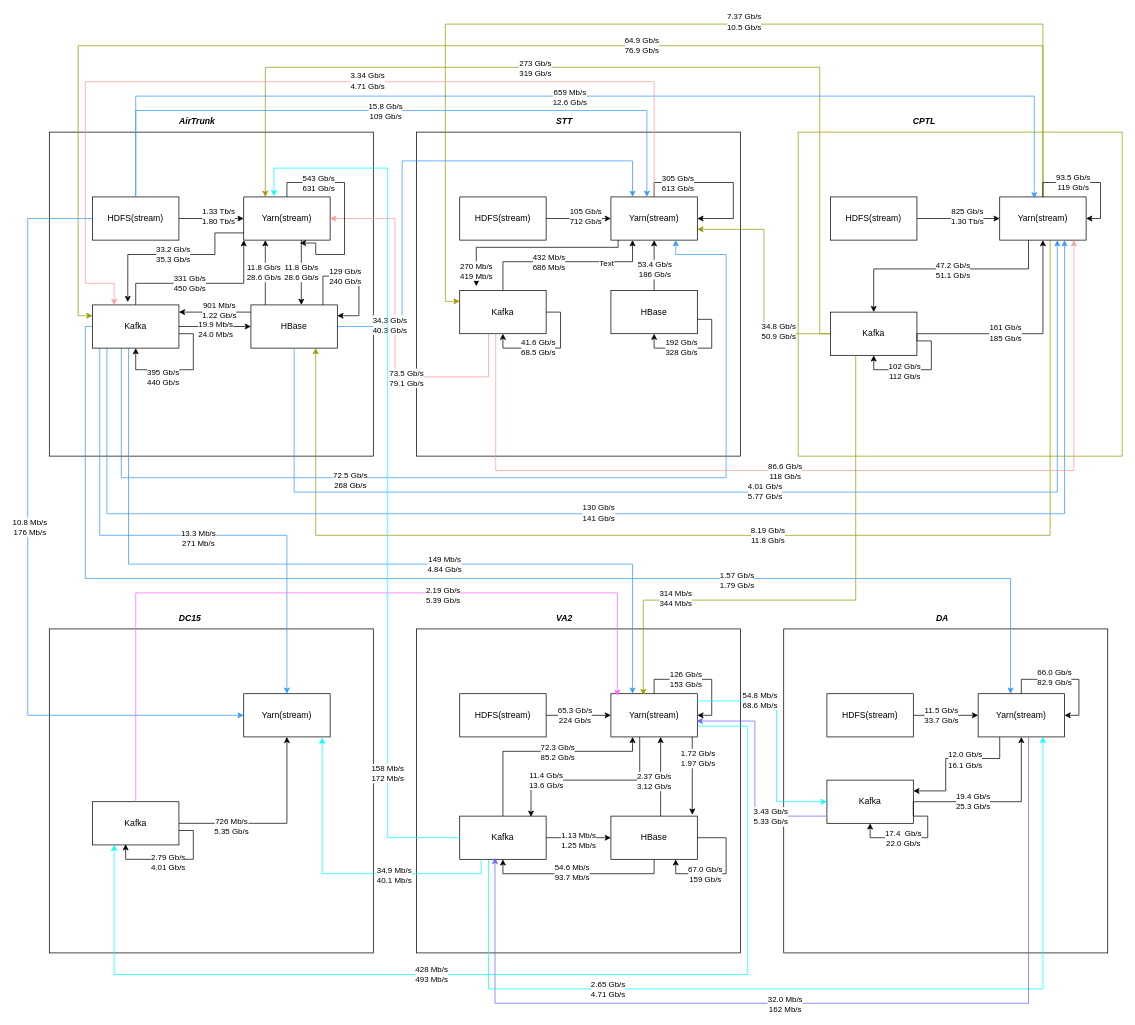
pretendhigh/diagrams keeps this draw.io diagram as module_high_provilige_traffic.drawio. Above is the earlier version. Source tidied: cells renumbered, new cells numbered last; positions are measured from the earlier drawing's top-left corner, leaving out a move shared by most shapes. Both pictures are drawn from the tidied source at 72%, with x=0, y=0 at pixel (27, 24).
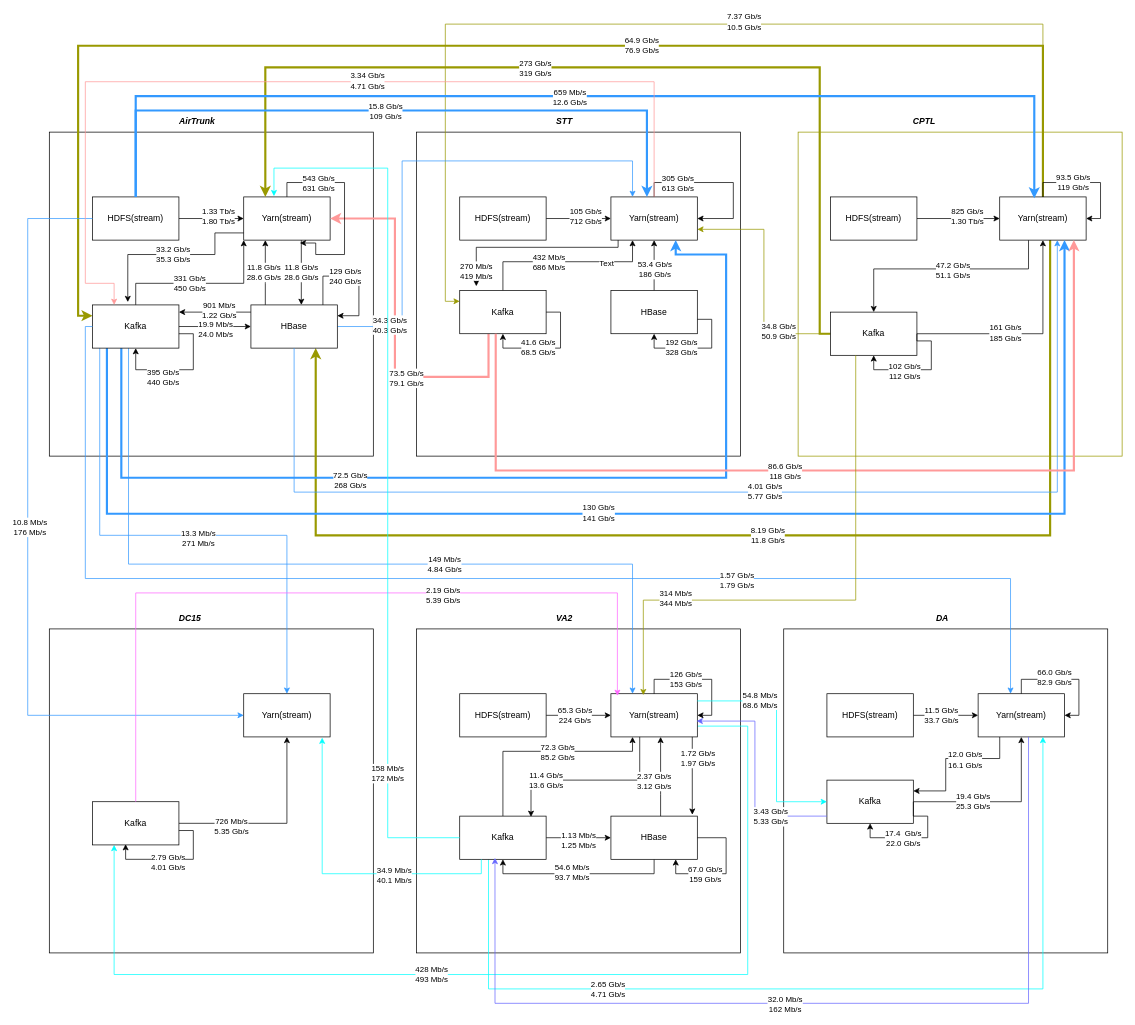
The same diagram, later.

The change refers to these unchanged cells:
```xml
<mxCell id="6" value="HDFS(stream)" style="rounded=0;whiteSpace=wrap;html=1;" parent="1" vertex="1">
  <mxGeometry x="90" y="240" width="120" height="60" as="geometry" />
</mxCell>
<mxCell id="8" value="Yarn(stream)" style="rounded=0;whiteSpace=wrap;html=1;" parent="1" vertex="1">
  <mxGeometry x="300" y="240" width="120" height="60" as="geometry" />
</mxCell>
<mxCell id="14" value="Yarn(stream)" style="rounded=0;whiteSpace=wrap;html=1;" parent="1" vertex="1">
  <mxGeometry x="810" y="240" width="120" height="60" as="geometry" />
</mxCell>
<mxCell id="28" value="Yarn(stream)" style="rounded=0;whiteSpace=wrap;html=1;" parent="1" vertex="1">
  <mxGeometry x="1350" y="240" width="120" height="60" as="geometry" />
</mxCell>
<mxCell id="35" value="Kafka" style="rounded=0;whiteSpace=wrap;html=1;" parent="1" vertex="1">
  <mxGeometry x="1115" y="400" width="120" height="60" as="geometry" />
</mxCell>
<mxCell id="74" value="Kafka" style="rounded=0;whiteSpace=wrap;html=1;" parent="1" vertex="1">
  <mxGeometry x="90" y="390" width="120" height="60" as="geometry" />
</mxCell>
<mxCell id="80" value="Kafka" style="rounded=0;whiteSpace=wrap;html=1;" parent="1" vertex="1">
  <mxGeometry x="600" y="370" width="120" height="60" as="geometry" />
</mxCell>
<mxCell id="99" value="HBase" style="rounded=0;whiteSpace=wrap;html=1;" parent="1" vertex="1">
  <mxGeometry x="310" y="390" width="120" height="60" as="geometry" />
</mxCell>
```

The edit, as a diff of the source:
```diff
@@
-    <mxCell id="22" style="edgeStyle=orthogonalEdgeStyle;rounded=0;jettySize=auto;html=1;entryX=0;entryY=0.25;entryDx=0;entryDy=0;strokeColor=#999900;" parent="1" edge="1" source="28" target="74">
+    <mxCell id="22" style="edgeStyle=orthogonalEdgeStyle;rounded=0;jettySize=auto;html=1;entryX=0;entryY=0.25;entryDx=0;entryDy=0;strokeColor=#999900;strokeWidth=3;" parent="1" edge="1" source="28" target="74">
       <mxGeometry relative="1" as="geometry">
         <Array as="points">
           <mxPoint x="1410" y="30" />
           <mxPoint x="70" y="30" />
           <mxPoint x="70" y="405" />
         </Array>
       </mxGeometry>
     </mxCell>
@@
-    <mxCell id="24" style="edgeStyle=orthogonalEdgeStyle;rounded=0;jettySize=auto;html=1;entryX=0.75;entryY=1;entryDx=0;entryDy=0;strokeColor=#999900;" parent="1" edge="1" source="28" target="99">
+    <mxCell id="24" style="edgeStyle=orthogonalEdgeStyle;rounded=0;jettySize=auto;html=1;entryX=0.75;entryY=1;entryDx=0;entryDy=0;strokeColor=#999900;strokeWidth=3;" parent="1" edge="1" source="28" target="99">
       <mxGeometry relative="1" as="geometry">
         <Array as="points">
           <mxPoint x="1420" y="710" />
           <mxPoint x="400" y="710" />
         </Array>
       </mxGeometry>
     </mxCell>
@@
-    <mxCell id="31" style="edgeStyle=orthogonalEdgeStyle;rounded=0;jettySize=auto;html=1;entryX=0.25;entryY=0;entryDx=0;entryDy=0;strokeColor=#999900;" parent="1" edge="1" source="35" target="8">
+    <mxCell id="31" style="edgeStyle=orthogonalEdgeStyle;rounded=0;jettySize=auto;html=1;entryX=0.25;entryY=0;entryDx=0;entryDy=0;strokeColor=#999900;strokeWidth=3;" parent="1" edge="1" source="35" target="8">
       <mxGeometry relative="1" as="geometry">
         <Array as="points">
           <mxPoint x="1100" y="430" />
           <mxPoint x="1100" y="60" />
           <mxPoint x="330" y="60" />
         </Array>
       </mxGeometry>
     </mxCell>
@@
-    <mxCell id="66" style="edgeStyle=orthogonalEdgeStyle;rounded=0;jettySize=auto;html=1;entryX=0.75;entryY=1;entryDx=0;entryDy=0;strokeColor=#3399FF;" parent="1" edge="1" source="74" target="14">
+    <mxCell id="66" style="edgeStyle=orthogonalEdgeStyle;rounded=0;jettySize=auto;html=1;entryX=0.75;entryY=1;entryDx=0;entryDy=0;strokeColor=#3399FF;strokeWidth=3;" parent="1" edge="1" source="74" target="14">
       <mxGeometry relative="1" as="geometry">
         <Array as="points">
           <mxPoint x="130" y="630" />
           <mxPoint x="970" y="630" />
           <mxPoint x="970" y="320" />
           <mxPoint x="900" y="320" />
         </Array>
       </mxGeometry>
     </mxCell>
@@
-    <mxCell id="68" style="edgeStyle=orthogonalEdgeStyle;rounded=0;jettySize=auto;html=1;entryX=0.75;entryY=1;entryDx=0;entryDy=0;strokeColor=#3399FF;" parent="1" edge="1" source="74" target="28">
+    <mxCell id="68" style="edgeStyle=orthogonalEdgeStyle;rounded=0;jettySize=auto;html=1;entryX=0.75;entryY=1;entryDx=0;entryDy=0;strokeColor=#3399FF;strokeWidth=3;" parent="1" edge="1" source="74" target="28">
       <mxGeometry relative="1" as="geometry">
         <Array as="points">
           <mxPoint x="110" y="680" />
           <mxPoint x="1440" y="680" />
         </Array>
       </mxGeometry>
     </mxCell>
@@
-    <mxCell id="78" style="edgeStyle=orthogonalEdgeStyle;rounded=0;jettySize=auto;html=1;entryX=1;entryY=0.5;entryDx=0;entryDy=0;strokeColor=#FF9999;" parent="1" edge="1" source="80" target="8">
+    <mxCell id="78" style="edgeStyle=orthogonalEdgeStyle;rounded=0;jettySize=auto;html=1;entryX=1;entryY=0.5;entryDx=0;entryDy=0;strokeColor=#FF9999;strokeWidth=3;" parent="1" edge="1" source="80" target="8">
       <mxGeometry relative="1" as="geometry">
         <Array as="points">
           <mxPoint x="640" y="490" />
           <mxPoint x="510" y="490" />
           <mxPoint x="510" y="270" />
         </Array>
       </mxGeometry>
     </mxCell>
@@
-    <mxCell id="131" style="edgeStyle=orthogonalEdgeStyle;rounded=0;jettySize=auto;html=1;strokeColor=#3399FF;" parent="1" edge="1" source="6">
+    <mxCell id="131" style="edgeStyle=orthogonalEdgeStyle;rounded=0;jettySize=auto;html=1;strokeColor=#3399FF;strokeWidth=3;" parent="1" edge="1" source="6">
       <mxGeometry relative="1" as="geometry">
         <mxPoint x="860" y="240" as="targetPoint" />
         <Array as="points">
           <mxPoint x="150" y="120" />
           <mxPoint x="860" y="120" />
         </Array>
       </mxGeometry>
     </mxCell>
@@
-    <mxCell id="133" style="edgeStyle=orthogonalEdgeStyle;rounded=0;jettySize=auto;html=1;entryX=0.4;entryY=0.033;entryDx=0;entryDy=0;entryPerimeter=0;strokeColor=#3399FF;" parent="1" edge="1" source="6" target="28">
+    <mxCell id="133" style="edgeStyle=orthogonalEdgeStyle;rounded=0;jettySize=auto;html=1;entryX=0.4;entryY=0.033;entryDx=0;entryDy=0;entryPerimeter=0;strokeColor=#3399FF;strokeWidth=3;" parent="1" edge="1" source="6" target="28">
       <mxGeometry relative="1" as="geometry">
         <Array as="points">
           <mxPoint x="150" y="100" />
           <mxPoint x="1398" y="100" />
         </Array>
       </mxGeometry>
     </mxCell>
@@
-    <mxCell id="143" style="edgeStyle=orthogonalEdgeStyle;rounded=0;jettySize=auto;html=1;strokeColor=#FF9999;" parent="1" edge="1" source="80">
+    <mxCell id="143" style="edgeStyle=orthogonalEdgeStyle;rounded=0;jettySize=auto;html=1;strokeColor=#FF9999;strokeWidth=3;" parent="1" edge="1" source="80">
       <mxGeometry relative="1" as="geometry">
         <mxPoint x="1453" y="300" as="targetPoint" />
         <Array as="points">
           <mxPoint x="650" y="620" />
           <mxPoint x="1453" y="620" />
         </Array>
       </mxGeometry>
     </mxCell>
```
